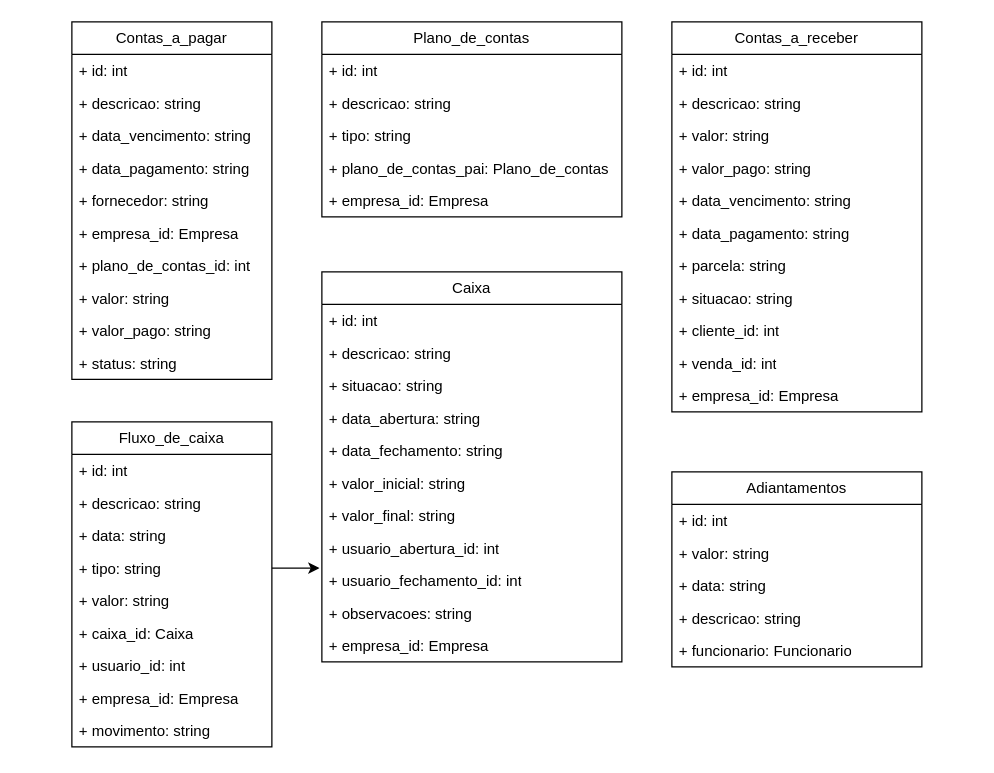
Earlier version of the draw.io diagram page "Financeiro" (2 of 4) of Diagrama sem nome.drawio (FSOFTSistemas/Lago). Source tidied: cells renumbered, new cells numbered last; positions are measured from the earlier drawing's top-left corner, leaving out a move shared by most shapes. Both pictures are drawn from the tidied source at 125%, with x=0, y=0 at pixel (71, 21).
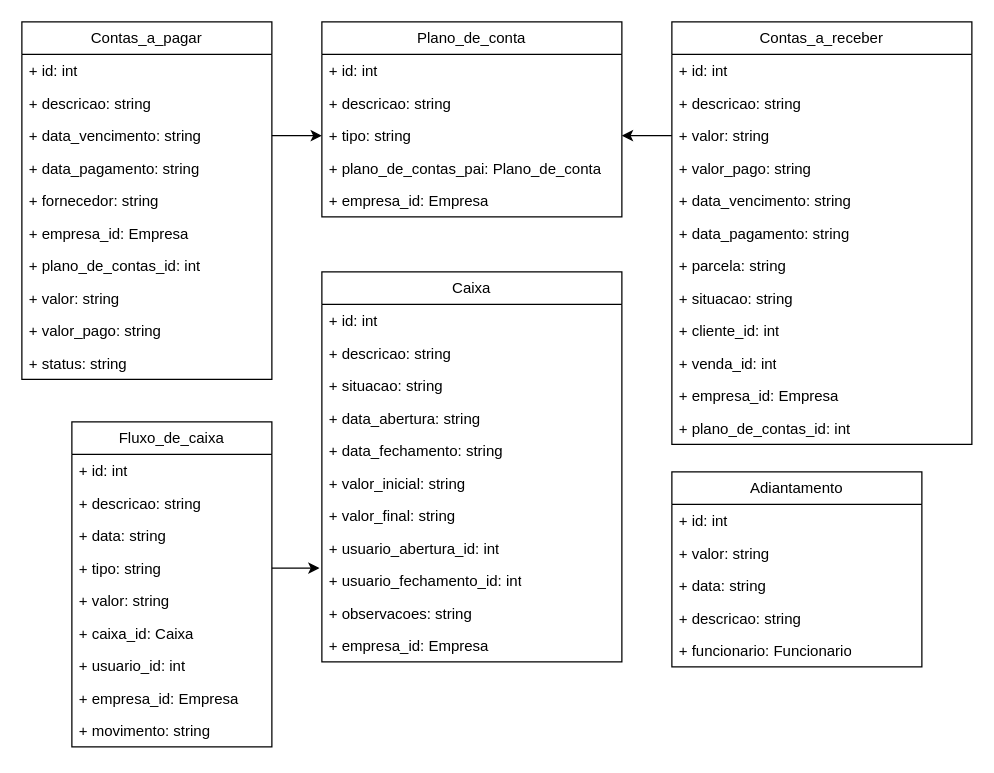
The same diagram, later.

The change refers to these unchanged cells:
```xml
<mxCell id="44" value="+ tipo: string" style="text;strokeColor=none;fillColor=none;align=left;verticalAlign=top;spacingLeft=4;spacingRight=4;overflow=hidden;points=[[0,0.5],[1,0.5]];portConstraint=eastwest;whiteSpace=wrap;html=1;" parent="41" vertex="1">
  <mxGeometry y="78" width="240" height="26" as="geometry" />
</mxCell>
```

Change to the diagram source:
```diff
@@
     <mxCell id="2" value="Contas_a_pagar" style="swimlane;fontStyle=0;horizontal=1;startSize=26;fillColor=none;whiteSpace=wrap;html=1;" parent="1" vertex="1">
-      <mxGeometry width="160" height="286" as="geometry" />
+      <mxGeometry x="-40" width="200" height="286" as="geometry" />
     </mxCell>
     <mxCell id="3" value="+ id: int" style="text;strokeColor=none;fillColor=none;align=left;verticalAlign=top;spacingLeft=4;spacingRight=4;overflow=hidden;whiteSpace=wrap;html=1;" parent="2" vertex="1">
-      <mxGeometry y="26" width="160" height="26" as="geometry" />
+      <mxGeometry y="26" width="200" height="26" as="geometry" />
     </mxCell>
     <mxCell id="4" value="+ descricao: string" style="text;strokeColor=none;fillColor=none;align=left;verticalAlign=top;spacingLeft=4;spacingRight=4;overflow=hidden;whiteSpace=wrap;html=1;" parent="2" vertex="1">
-      <mxGeometry y="52" width="160" height="26" as="geometry" />
+      <mxGeometry y="52" width="200" height="26" as="geometry" />
     </mxCell>
     <mxCell id="5" value="+ data_vencimento: string" style="text;strokeColor=none;fillColor=none;align=left;verticalAlign=top;spacingLeft=4;spacingRight=4;overflow=hidden;points=[[0,0.5],[1,0.5]];portConstraint=eastwest;whiteSpace=wrap;html=1;" parent="2" vertex="1">
-      <mxGeometry y="78" width="160" height="26" as="geometry" />
+      <mxGeometry y="78" width="200" height="26" as="geometry" />
     </mxCell>
     <mxCell id="6" value="+ data_pagamento: string" style="text;strokeColor=none;fillColor=none;align=left;verticalAlign=top;spacingLeft=4;spacingRight=4;overflow=hidden;whiteSpace=wrap;html=1;" parent="2" vertex="1">
-      <mxGeometry y="104" width="160" height="26" as="geometry" />
+      <mxGeometry y="104" width="200" height="26" as="geometry" />
     </mxCell>
     <mxCell id="7" value="+ fornecedor: string" style="text;strokeColor=none;fillColor=none;align=left;verticalAlign=top;spacingLeft=4;spacingRight=4;overflow=hidden;whiteSpace=wrap;html=1;" parent="2" vertex="1">
-      <mxGeometry y="130" width="160" height="26" as="geometry" />
+      <mxGeometry y="130" width="200" height="26" as="geometry" />
     </mxCell>
     <mxCell id="8" value="+ empresa_id: Empresa" style="text;strokeColor=none;fillColor=none;align=left;verticalAlign=top;spacingLeft=4;spacingRight=4;overflow=hidden;whiteSpace=wrap;html=1;" parent="2" vertex="1">
-      <mxGeometry y="156" width="160" height="26" as="geometry" />
+      <mxGeometry y="156" width="200" height="26" as="geometry" />
     </mxCell>
     <mxCell id="9" value="+ plano_de_contas_id: int" style="text;strokeColor=none;fillColor=none;align=left;verticalAlign=top;spacingLeft=4;spacingRight=4;overflow=hidden;whiteSpace=wrap;html=1;" parent="2" vertex="1">
-      <mxGeometry y="182" width="160" height="26" as="geometry" />
+      <mxGeometry y="182" width="200" height="26" as="geometry" />
     </mxCell>
     <mxCell id="10" value="+ valor: string" style="text;strokeColor=none;fillColor=none;align=left;verticalAlign=top;spacingLeft=4;spacingRight=4;overflow=hidden;whiteSpace=wrap;html=1;" parent="2" vertex="1">
-      <mxGeometry y="208" width="160" height="26" as="geometry" />
+      <mxGeometry y="208" width="200" height="26" as="geometry" />
     </mxCell>
     <mxCell id="11" value="+ valor_pago: string" style="text;strokeColor=none;fillColor=none;align=left;verticalAlign=top;spacingLeft=4;spacingRight=4;overflow=hidden;whiteSpace=wrap;html=1;" parent="2" vertex="1">
-      <mxGeometry y="234" width="160" height="26" as="geometry" />
+      <mxGeometry y="234" width="200" height="26" as="geometry" />
     </mxCell>
     <mxCell id="12" value="+ status: string" style="text;strokeColor=none;fillColor=none;align=left;verticalAlign=top;spacingLeft=4;spacingRight=4;overflow=hidden;whiteSpace=wrap;html=1;" parent="2" vertex="1">
-      <mxGeometry y="260" width="160" height="26" as="geometry" />
+      <mxGeometry y="260" width="200" height="26" as="geometry" />
     </mxCell>
     <mxCell id="13" value="Contas_a_receber" style="swimlane;fontStyle=0;horizontal=1;startSize=26;fillColor=none;whiteSpace=wrap;html=1;" parent="1" vertex="1">
-      <mxGeometry x="480" width="200" height="312" as="geometry" />
+      <mxGeometry x="480" width="240" height="338" as="geometry" />
     </mxCell>
     <mxCell id="14" value="+ id: int" style="text;strokeColor=none;fillColor=none;align=left;verticalAlign=top;spacingLeft=4;spacingRight=4;overflow=hidden;whiteSpace=wrap;html=1;" parent="13" vertex="1">
-      <mxGeometry y="26" width="200" height="26" as="geometry" />
+      <mxGeometry y="26" width="240" height="26" as="geometry" />
     </mxCell>
     <mxCell id="15" value="+ descricao: string" style="text;strokeColor=none;fillColor=none;align=left;verticalAlign=top;spacingLeft=4;spacingRight=4;overflow=hidden;whiteSpace=wrap;html=1;" parent="13" vertex="1">
-      <mxGeometry y="52" width="200" height="26" as="geometry" />
+      <mxGeometry y="52" width="240" height="26" as="geometry" />
     </mxCell>
     <mxCell id="16" value="+ valor: string" style="text;strokeColor=none;fillColor=none;align=left;verticalAlign=top;spacingLeft=4;spacingRight=4;overflow=hidden;points=[[0,0.5],[1,0.5]];portConstraint=eastwest;whiteSpace=wrap;html=1;" parent="13" vertex="1">
-      <mxGeometry y="78" width="200" height="26" as="geometry" />
+      <mxGeometry y="78" width="240" height="26" as="geometry" />
     </mxCell>
     <mxCell id="17" value="+ valor_pago: string" style="text;strokeColor=none;fillColor=none;align=left;verticalAlign=top;spacingLeft=4;spacingRight=4;overflow=hidden;whiteSpace=wrap;html=1;" parent="13" vertex="1">
-      <mxGeometry y="104" width="200" height="26" as="geometry" />
+      <mxGeometry y="104" width="240" height="26" as="geometry" />
     </mxCell>
     <mxCell id="18" value="+ data_vencimento: string" style="text;strokeColor=none;fillColor=none;align=left;verticalAlign=top;spacingLeft=4;spacingRight=4;overflow=hidden;whiteSpace=wrap;html=1;" parent="13" vertex="1">
-      <mxGeometry y="130" width="200" height="26" as="geometry" />
+      <mxGeometry y="130" width="240" height="26" as="geometry" />
     </mxCell>
     <mxCell id="19" value="+ data_pagamento: string" style="text;strokeColor=none;fillColor=none;align=left;verticalAlign=top;spacingLeft=4;spacingRight=4;overflow=hidden;whiteSpace=wrap;html=1;" parent="13" vertex="1">
-      <mxGeometry y="156" width="200" height="26" as="geometry" />
+      <mxGeometry y="156" width="240" height="26" as="geometry" />
     </mxCell>
     <mxCell id="20" value="+ parcela: string" style="text;strokeColor=none;fillColor=none;align=left;verticalAlign=top;spacingLeft=4;spacingRight=4;overflow=hidden;whiteSpace=wrap;html=1;" parent="13" vertex="1">
-      <mxGeometry y="182" width="200" height="26" as="geometry" />
+      <mxGeometry y="182" width="240" height="26" as="geometry" />
     </mxCell>
     <mxCell id="21" value="+ situacao: string" style="text;strokeColor=none;fillColor=none;align=left;verticalAlign=top;spacingLeft=4;spacingRight=4;overflow=hidden;whiteSpace=wrap;html=1;" parent="13" vertex="1">
-      <mxGeometry y="208" width="200" height="26" as="geometry" />
+      <mxGeometry y="208" width="240" height="26" as="geometry" />
     </mxCell>
     <mxCell id="22" value="+ cliente_id: int" style="text;strokeColor=none;fillColor=none;align=left;verticalAlign=top;spacingLeft=4;spacingRight=4;overflow=hidden;whiteSpace=wrap;html=1;" parent="13" vertex="1">
-      <mxGeometry y="234" width="200" height="26" as="geometry" />
+      <mxGeometry y="234" width="240" height="26" as="geometry" />
     </mxCell>
     <mxCell id="23" value="+ venda_id: int" style="text;strokeColor=none;fillColor=none;align=left;verticalAlign=top;spacingLeft=4;spacingRight=4;overflow=hidden;whiteSpace=wrap;html=1;" parent="13" vertex="1">
-      <mxGeometry y="260" width="200" height="26" as="geometry" />
+      <mxGeometry y="260" width="240" height="26" as="geometry" />
     </mxCell>
     <mxCell id="24" value="+ empresa_id: Empresa" style="text;strokeColor=none;fillColor=none;align=left;verticalAlign=top;spacingLeft=4;spacingRight=4;overflow=hidden;whiteSpace=wrap;html=1;" parent="13" vertex="1">
-      <mxGeometry y="286" width="200" height="26" as="geometry" />
+      <mxGeometry y="286" width="240" height="26" as="geometry" />
     </mxCell>
+    <mxCell id="60" value="+ plano_de_contas_id: int" style="text;strokeColor=none;fillColor=none;align=left;verticalAlign=top;spacingLeft=4;spacingRight=4;overflow=hidden;whiteSpace=wrap;html=1;" parent="13" vertex="1">
+      <mxGeometry y="312" width="240" height="26" as="geometry" />
+    </mxCell>
@@
-    <mxCell id="35" value="Adiantamentos" style="swimlane;fontStyle=0;horizontal=1;startSize=26;fillColor=none;whiteSpace=wrap;html=1;" parent="1" vertex="1">
+    <mxCell id="35" value="Adiantamento" style="swimlane;fontStyle=0;horizontal=1;startSize=26;fillColor=none;whiteSpace=wrap;html=1;" parent="1" vertex="1">
       <mxGeometry x="480" y="360" width="200" height="156" as="geometry" />
     </mxCell>
@@
-    <mxCell id="41" value="Plano_de_contas" style="swimlane;fontStyle=0;horizontal=1;startSize=26;fillColor=none;whiteSpace=wrap;html=1;" parent="1" vertex="1">
+    <mxCell id="41" value="Plano_de_conta" style="swimlane;fontStyle=0;horizontal=1;startSize=26;fillColor=none;whiteSpace=wrap;html=1;" parent="1" vertex="1">
       <mxGeometry x="200" width="240" height="156" as="geometry" />
     </mxCell>
@@
-    <mxCell id="45" value="+ plano_de_contas_pai: Plano_de_contas" style="text;strokeColor=none;fillColor=none;align=left;verticalAlign=top;spacingLeft=4;spacingRight=4;overflow=hidden;whiteSpace=wrap;html=1;" parent="41" vertex="1">
+    <mxCell id="45" value="+ plano_de_contas_pai: Plano_de_conta" style="text;strokeColor=none;fillColor=none;align=left;verticalAlign=top;spacingLeft=4;spacingRight=4;overflow=hidden;whiteSpace=wrap;html=1;" parent="41" vertex="1">
       <mxGeometry y="104" width="240" height="26" as="geometry" />
     </mxCell>
@@
+    <mxCell id="61" style="edgeStyle=orthogonalEdgeStyle;rounded=0;jettySize=auto;html=1;exitX=0;exitY=0.5;exitDx=0;exitDy=0;entryX=1;entryY=0.5;entryDx=0;entryDy=0;" parent="1" edge="1" source="16" target="44">
+      <mxGeometry relative="1" as="geometry" />
+    </mxCell>
+    <mxCell id="62" style="edgeStyle=orthogonalEdgeStyle;rounded=0;jettySize=auto;html=1;exitX=1;exitY=0.5;exitDx=0;exitDy=0;entryX=0;entryY=0.5;entryDx=0;entryDy=0;" parent="1" edge="1" source="5" target="44">
+      <mxGeometry relative="1" as="geometry" />
+    </mxCell>
```
